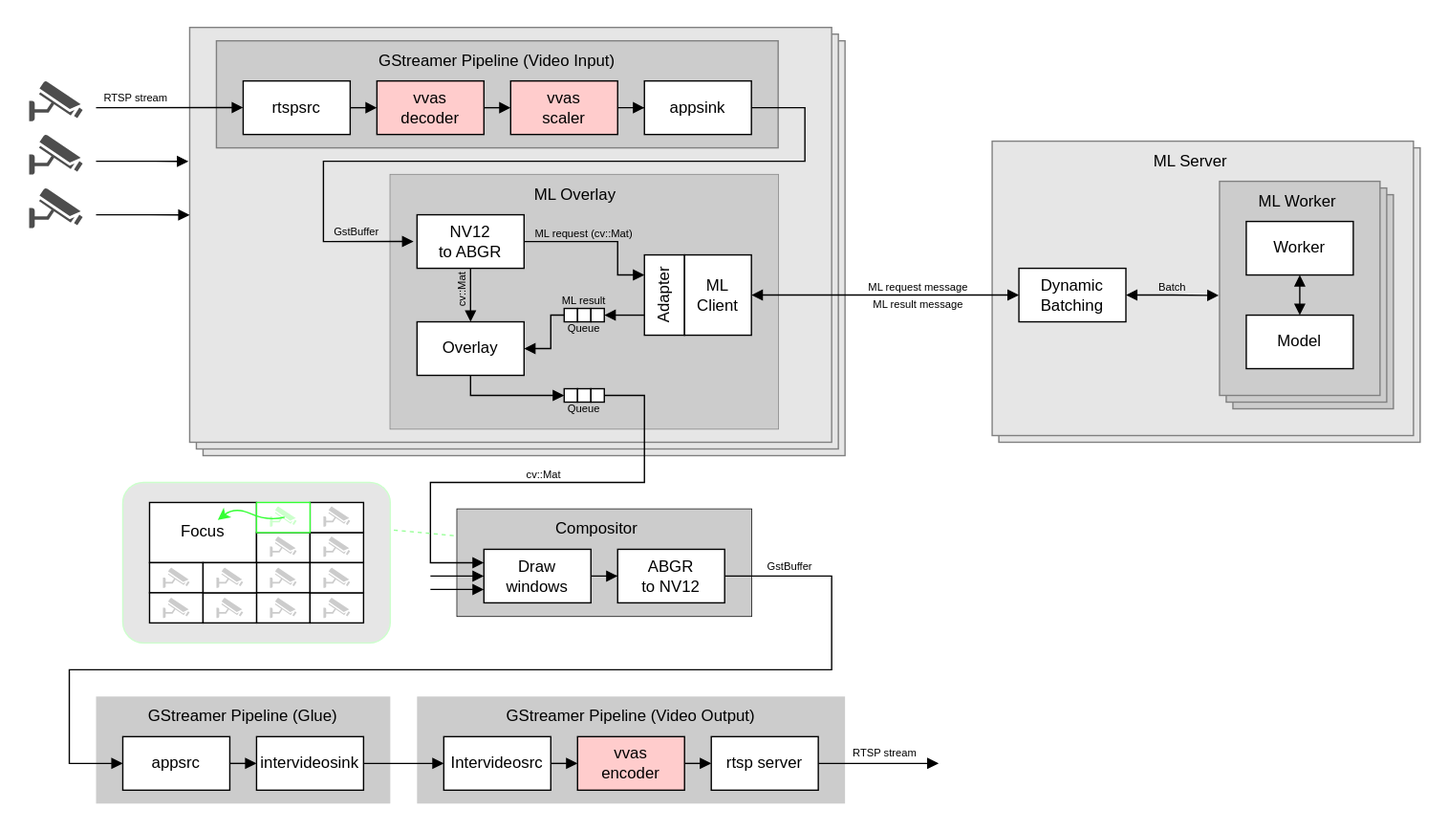
Above: images/system.svg in anjn/alveo-video-analytics-demo (draw.io), before the change. Source tidied: cells renumbered, new cells last; positions are measured from the earlier drawing's top-left corner, leaving out a move shared by most shapes.
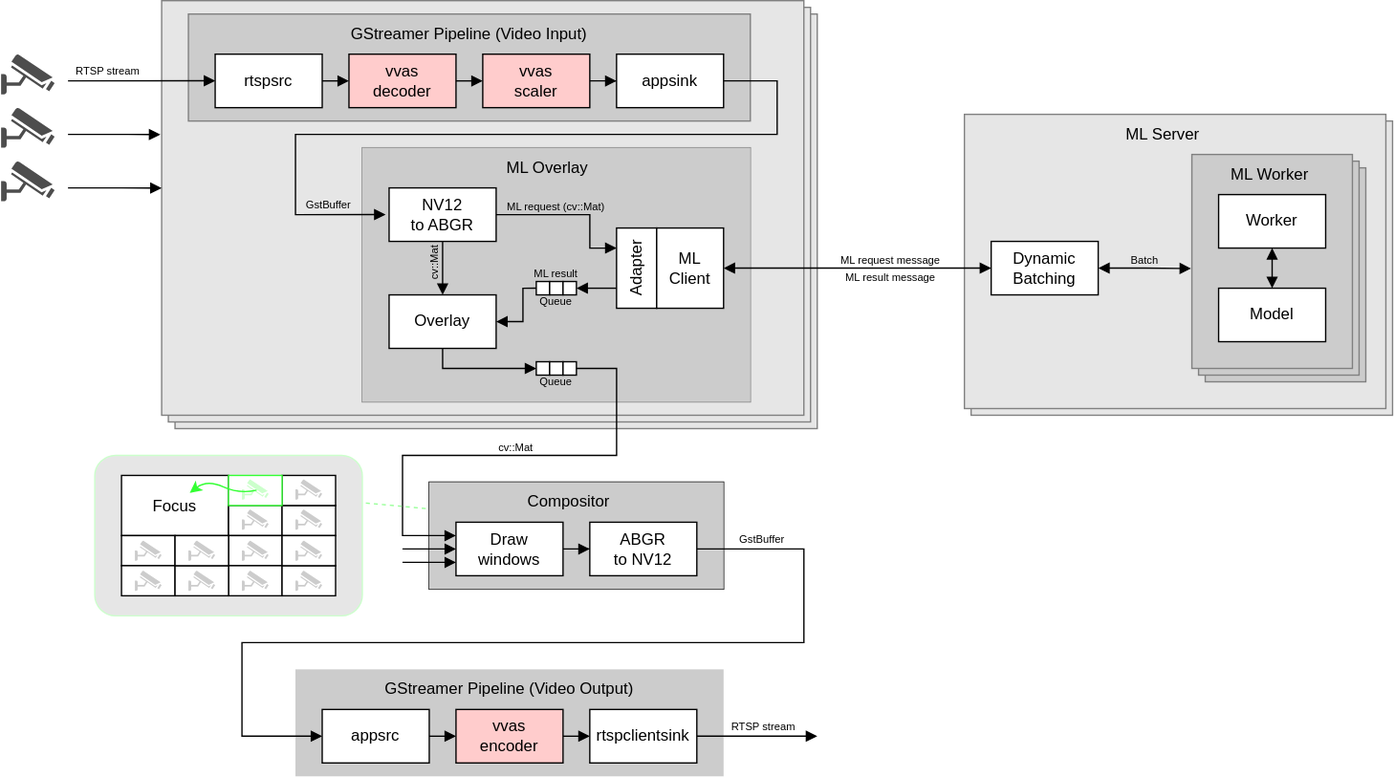
After the commit.

The edit, as a diff of the source:
```diff
@@ -3,7 +3,7 @@
     <mxCell id="0" />
     <mxCell id="1" parent="0" />
     <mxCell id="2" style="group;" parent="1" vertex="1">
-      <mxGeometry x="290" y="500" width="320" height="80" as="geometry" />
+      <mxGeometry x="220" y="500" width="320" height="80" as="geometry" />
     </mxCell>
     <mxCell id="3" style="rounded=0;whiteSpace=wrap;html=1;strokeColor=none;fillColor=#CCCCCC;" parent="2" vertex="1">
       <mxGeometry width="320" height="80" as="geometry" />
@@ -20,15 +20,6 @@
     <mxCell id="7" style="rounded=0;whiteSpace=wrap;html=1;fillColor=#E6E6E6;strokeColor=#808080;" parent="1" vertex="1">
       <mxGeometry x="125" y="5" width="480" height="310" as="geometry" />
     </mxCell>
-    <mxCell id="8" style="group;" parent="1" vertex="1">
-      <mxGeometry x="50" y="500" width="220" height="80" as="geometry" />
-    </mxCell>
-    <mxCell id="9" style="rounded=0;whiteSpace=wrap;html=1;strokeColor=none;fillColor=#CCCCCC;" parent="8" vertex="1">
-      <mxGeometry width="220" height="80" as="geometry" />
-    </mxCell>
-    <mxCell id="10" value="GStreamer Pipeline (Glue)" style="text;html=1;strokeColor=none;fillColor=none;align=center;verticalAlign=middle;whiteSpace=wrap;rounded=0;" parent="8" vertex="1">
-      <mxGeometry width="220" height="30" as="geometry" />
-    </mxCell>
     <mxCell id="11" style="group;strokeColor=default;" parent="1" vertex="1">
       <mxGeometry x="320" y="360" width="220" height="80" as="geometry" />
     </mxCell>
@@ -194,50 +185,38 @@
     <mxCell id="54" value="Draw&lt;br&gt;windows" style="rounded=0;whiteSpace=wrap;html=1;" parent="1" vertex="1">
       <mxGeometry x="340" y="390" width="80" height="40" as="geometry" />
     </mxCell>
-    <mxCell id="55" style="edgeStyle=orthogonalEdgeStyle;shape=connector;rounded=0;jettySize=auto;html=1;exitX=1;exitY=0.5;exitDx=0;exitDy=0;entryX=0;entryY=0.5;entryDx=0;entryDy=0;labelBackgroundColor=default;strokeColor=default;fontFamily=Helvetica;fontSize=8;fontColor=default;endArrow=block;endFill=1;" parent="1" edge="1" source="56" target="58">
+    <mxCell id="55" style="edgeStyle=orthogonalEdgeStyle;shape=connector;rounded=0;jettySize=auto;html=1;exitX=1;exitY=0.5;exitDx=0;exitDy=0;entryX=0;entryY=0.5;entryDx=0;entryDy=0;labelBackgroundColor=default;strokeColor=default;fontFamily=Helvetica;fontSize=8;fontColor=default;endArrow=block;endFill=1;" parent="1" edge="1" source="56" target="62">
       <mxGeometry relative="1" as="geometry">
         <Array as="points">
           <mxPoint x="600" y="410" />
           <mxPoint x="600" y="480" />
-          <mxPoint x="30" y="480" />
-          <mxPoint x="30" y="550" />
+          <mxPoint x="180" y="480" />
+          <mxPoint x="180" y="550" />
         </Array>
       </mxGeometry>
     </mxCell>
     <mxCell id="56" value="ABGR&lt;br&gt;to NV12" style="rounded=0;whiteSpace=wrap;html=1;" parent="1" vertex="1">
       <mxGeometry x="440" y="390" width="80" height="40" as="geometry" />
     </mxCell>
-    <mxCell id="57" style="edgeStyle=orthogonalEdgeStyle;shape=connector;rounded=0;jettySize=auto;html=1;exitX=1;exitY=0.5;exitDx=0;exitDy=0;entryX=0;entryY=0.5;entryDx=0;entryDy=0;labelBackgroundColor=default;strokeColor=default;fontFamily=Helvetica;fontSize=8;fontColor=default;endArrow=block;endFill=1;" parent="1" edge="1" source="58" target="60">
-      <mxGeometry relative="1" as="geometry" />
-    </mxCell>
-    <mxCell id="58" value="appsrc" style="rounded=0;whiteSpace=wrap;html=1;" parent="1" vertex="1">
-      <mxGeometry x="70" y="530" width="80" height="40" as="geometry" />
-    </mxCell>
-    <mxCell id="59" style="edgeStyle=orthogonalEdgeStyle;shape=connector;rounded=0;jettySize=auto;html=1;exitX=1;exitY=0.5;exitDx=0;exitDy=0;entryX=0;entryY=0.5;entryDx=0;entryDy=0;labelBackgroundColor=default;strokeColor=default;fontFamily=Helvetica;fontSize=8;fontColor=default;endArrow=block;endFill=1;" parent="1" edge="1" source="60" target="62">
-      <mxGeometry relative="1" as="geometry" />
-    </mxCell>
-    <mxCell id="60" value="intervideosink" style="rounded=0;whiteSpace=wrap;html=1;" parent="1" vertex="1">
-      <mxGeometry x="170" y="530" width="80" height="40" as="geometry" />
-    </mxCell>
     <mxCell id="61" style="edgeStyle=orthogonalEdgeStyle;shape=connector;rounded=0;jettySize=auto;html=1;exitX=1;exitY=0.5;exitDx=0;exitDy=0;entryX=0;entryY=0.5;entryDx=0;entryDy=0;labelBackgroundColor=default;strokeColor=default;fontFamily=Helvetica;fontSize=8;fontColor=default;endArrow=block;endFill=1;" parent="1" edge="1" source="62" target="64">
       <mxGeometry relative="1" as="geometry" />
     </mxCell>
-    <mxCell id="62" value="Intervideosrc" style="rounded=0;whiteSpace=wrap;html=1;" parent="1" vertex="1">
-      <mxGeometry x="310" y="530" width="80" height="40" as="geometry" />
+    <mxCell id="62" value="appsrc" style="rounded=0;whiteSpace=wrap;html=1;" parent="1" vertex="1">
+      <mxGeometry x="240" y="530" width="80" height="40" as="geometry" />
     </mxCell>
     <mxCell id="63" style="edgeStyle=orthogonalEdgeStyle;shape=connector;rounded=0;jettySize=auto;html=1;exitX=1;exitY=0.5;exitDx=0;exitDy=0;entryX=0;entryY=0.5;entryDx=0;entryDy=0;labelBackgroundColor=default;strokeColor=default;fontFamily=Helvetica;fontSize=8;fontColor=default;endArrow=block;endFill=1;" parent="1" edge="1" source="64" target="66">
       <mxGeometry relative="1" as="geometry" />
     </mxCell>
     <mxCell id="64" value="vvas&lt;br&gt;encoder" style="rounded=0;whiteSpace=wrap;html=1;fillColor=#FFCCCC;" parent="1" vertex="1">
-      <mxGeometry x="410" y="530" width="80" height="40" as="geometry" />
+      <mxGeometry x="340" y="530" width="80" height="40" as="geometry" />
     </mxCell>
     <mxCell id="65" style="edgeStyle=orthogonalEdgeStyle;shape=connector;rounded=0;jettySize=auto;html=1;exitX=1;exitY=0.5;exitDx=0;exitDy=0;labelBackgroundColor=default;strokeColor=default;fontFamily=Helvetica;fontSize=8;fontColor=default;endArrow=block;endFill=1;" parent="1" edge="1" source="66">
       <mxGeometry relative="1" as="geometry">
-        <mxPoint x="680" y="550" as="targetPoint" />
+        <mxPoint x="610" y="550" as="targetPoint" />
       </mxGeometry>
     </mxCell>
-    <mxCell id="66" value="rtsp server" style="rounded=0;whiteSpace=wrap;html=1;" parent="1" vertex="1">
-      <mxGeometry x="510" y="530" width="80" height="40" as="geometry" />
+    <mxCell id="66" value="rtspclientsink" style="rounded=0;whiteSpace=wrap;html=1;" parent="1" vertex="1">
+      <mxGeometry x="440" y="530" width="80" height="40" as="geometry" />
     </mxCell>
     <mxCell id="67" style="edgeStyle=orthogonalEdgeStyle;shape=connector;rounded=0;orthogonalLoop=1;jettySize=auto;html=1;entryX=0;entryY=0.5;entryDx=0;entryDy=0;labelBackgroundColor=default;strokeColor=default;fontFamily=Helvetica;fontSize=8;fontColor=default;endArrow=block;endFill=1;" parent="1" edge="1">
       <mxGeometry relative="1" as="geometry">
@@ -350,7 +329,7 @@
       <mxGeometry relative="1" as="geometry" />
     </mxCell>
     <mxCell id="97" value="RTSP stream" style="text;html=1;strokeColor=none;fillColor=none;align=center;verticalAlign=middle;whiteSpace=wrap;rounded=0;fontSize=8;" parent="1" vertex="1">
-      <mxGeometry x="610" y="535" width="60" height="15" as="geometry" />
+      <mxGeometry x="540" y="535" width="60" height="15" as="geometry" />
     </mxCell>
     <mxCell id="98" value="RTSP stream" style="text;html=1;strokeColor=none;fillColor=none;align=center;verticalAlign=middle;whiteSpace=wrap;rounded=0;fontSize=8;" parent="1" vertex="1">
       <mxGeometry x="50" y="45" width="60" height="15" as="geometry" />
```
